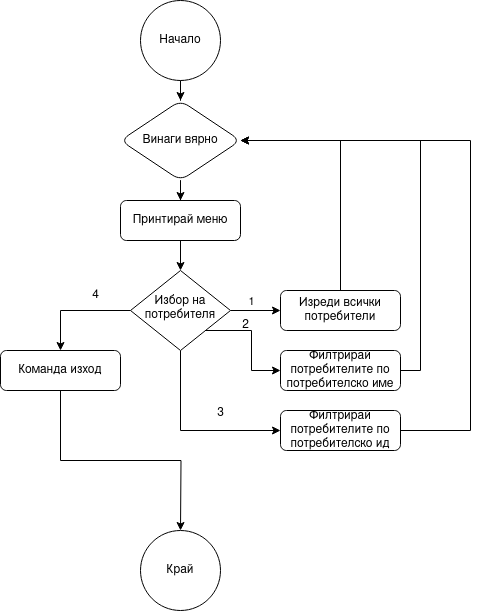
This is flowchart.png from gogo3011/nbu-linux-os-project, a draw.io export, as it was before one commit. Source tidied: cells renumbered, new cells last; positions are measured from the earlier drawing's top-left corner, leaving out a move shared by most shapes.
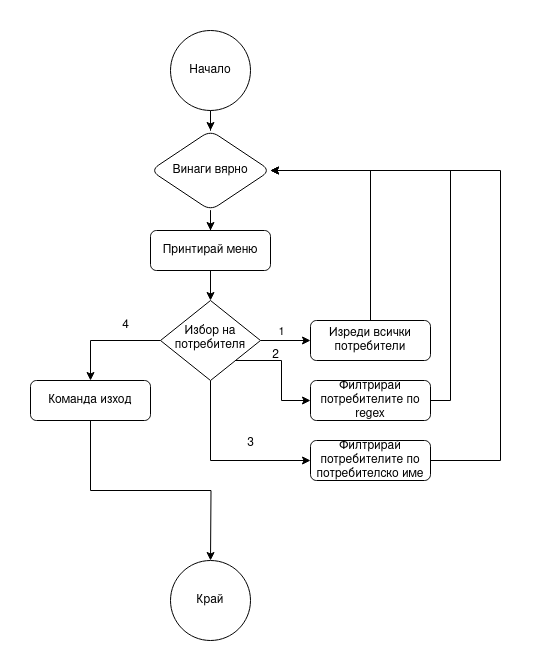
After the commit.

What changed in the source:
```diff
@@ -54,7 +54,7 @@
     <mxCell id="16" style="edgeStyle=orthogonalEdgeStyle;rounded=0;jettySize=auto;html=1;exitX=1;exitY=0.5;exitDx=0;exitDy=0;entryX=1;entryY=0.5;entryDx=0;entryDy=0;" parent="1" edge="1" source="17" target="3">
       <mxGeometry relative="1" as="geometry" />
     </mxCell>
-    <mxCell id="17" value="Филтрирай потребителите по потребителско име" style="rounded=1;whiteSpace=wrap;html=1;fontSize=12;glass=0;strokeWidth=1;shadow=0;" parent="1" vertex="1">
+    <mxCell id="17" value="&lt;div&gt;Филтрирай потребителите по regex&lt;/div&gt;" style="rounded=1;whiteSpace=wrap;html=1;fontSize=12;glass=0;strokeWidth=1;shadow=0;" parent="1" vertex="1">
       <mxGeometry x="280" y="350" width="120" height="40" as="geometry" />
     </mxCell>
     <mxCell id="18" value="&lt;div&gt;2&lt;/div&gt;" style="text;html=1;align=center;verticalAlign=middle;strokeColor=none;fillColor=none;" parent="1" vertex="1">
@@ -68,7 +68,7 @@
         </Array>
       </mxGeometry>
     </mxCell>
-    <mxCell id="20" value="Филтрирай потребителите по потребителско ид" style="rounded=1;whiteSpace=wrap;html=1;fontSize=12;glass=0;strokeWidth=1;shadow=0;" parent="1" vertex="1">
+    <mxCell id="20" value="Филтрирай потребителите по потребителско име" style="rounded=1;whiteSpace=wrap;html=1;fontSize=12;glass=0;strokeWidth=1;shadow=0;" parent="1" vertex="1">
       <mxGeometry x="280" y="410" width="120" height="40" as="geometry" />
     </mxCell>
     <mxCell id="21" value="&lt;div&gt;3&lt;/div&gt;" style="text;html=1;align=center;verticalAlign=middle;strokeColor=none;fillColor=none;" parent="1" vertex="1">
```
